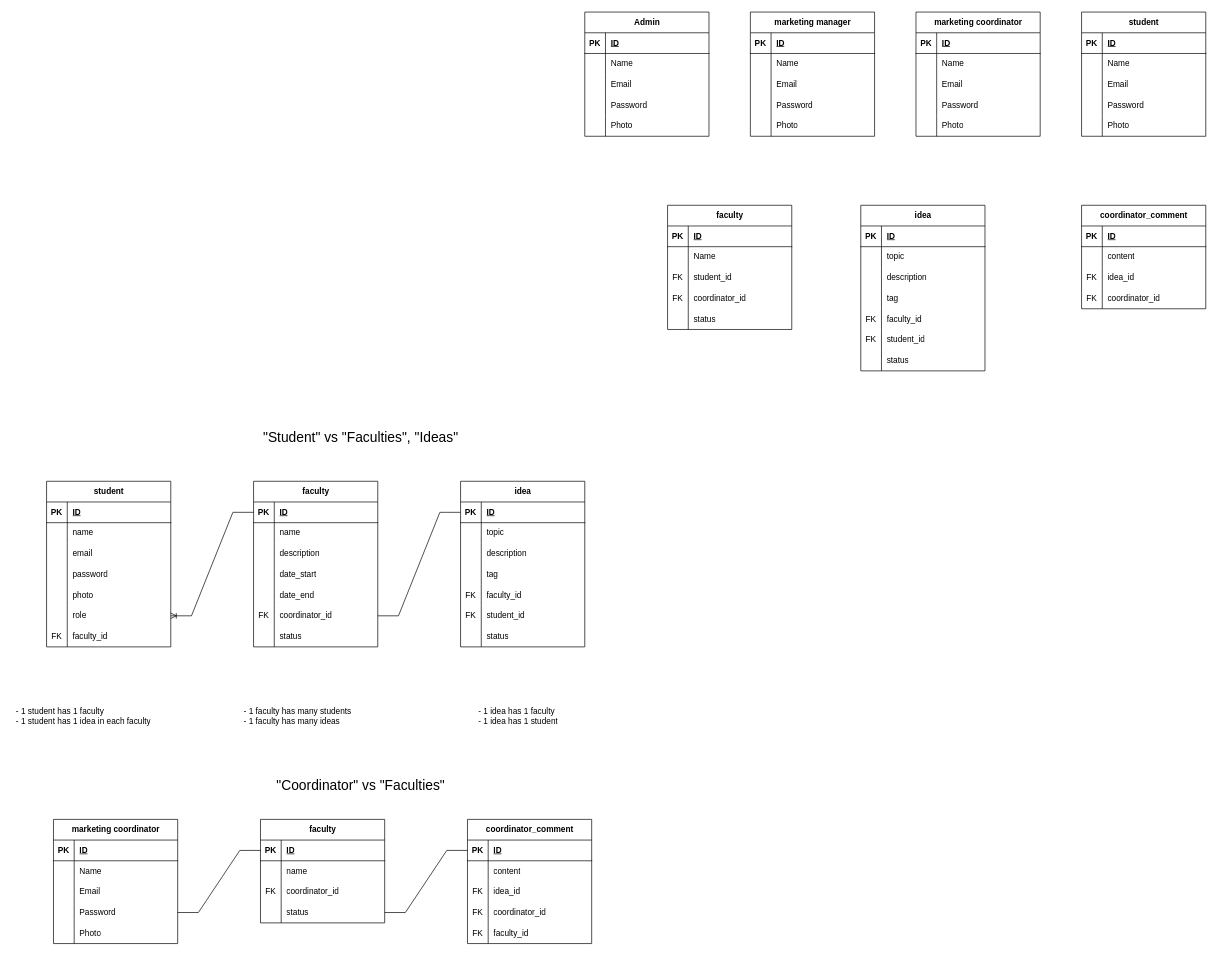
Earlier version of the draw.io diagram Database System Design diagram/ERD.drawio (HungBuii/creative_ideas_project_1). Source tidied: cells renumbered, new cells numbered last; positions are measured from the earlier drawing's top-left corner, leaving out a move shared by most shapes. Both pictures are drawn from the tidied source at 69%, with x=0, y=0 at pixel (12, 12).
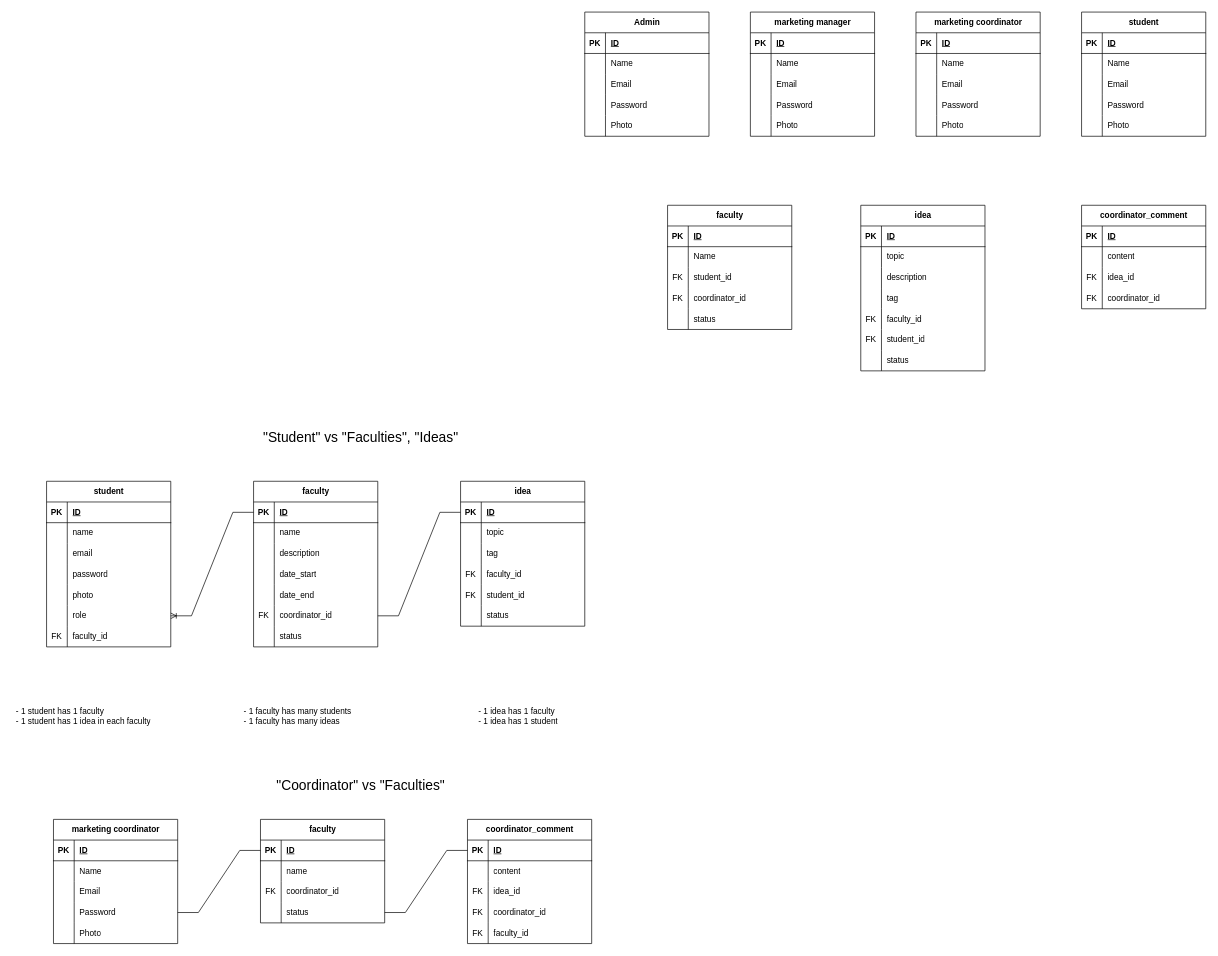
The same diagram, later.

What changed in the source:
```diff
@@
     <mxCell id="127" value="idea" style="shape=table;startSize=30;childLayout=tableLayout;rowLines=0;fontStyle=1;align=center;html=1;" parent="1" vertex="1">
-      <mxGeometry x="650" y="680" width="180" height="240" as="geometry" />
+      <mxGeometry x="650" y="680" width="180" height="210" as="geometry" />
     </mxCell>
@@
-    <mxCell id="134" style="shape=tableRow;horizontal=0;startSize=0;swimlaneHead=0;swimlaneBody=0;fillColor=none;top=0;left=0;right=0;bottom=0;" parent="127" vertex="1">
-      <mxGeometry y="90" width="180" height="30" as="geometry" />
-    </mxCell>
-    <mxCell id="135" style="shape=partialRectangle;fillColor=none;top=0;left=0;bottom=0;right=0;overflow=hidden;whiteSpace=wrap;html=1;" parent="134" vertex="1">
-      <mxGeometry width="30" height="30" as="geometry" />
-    </mxCell>
-    <mxCell id="136" value="description" style="shape=partialRectangle;fillColor=none;top=0;left=0;bottom=0;right=0;align=left;spacingLeft=6;overflow=hidden;whiteSpace=wrap;html=1;" parent="134" vertex="1">
-      <mxGeometry x="30" width="150" height="30" as="geometry" />
-    </mxCell>
     <mxCell id="137" style="shape=tableRow;horizontal=0;startSize=0;swimlaneHead=0;swimlaneBody=0;fillColor=none;top=0;left=0;right=0;bottom=0;" parent="127" vertex="1">
-      <mxGeometry y="120" width="180" height="30" as="geometry" />
+      <mxGeometry y="90" width="180" height="30" as="geometry" />
     </mxCell>
@@
     <mxCell id="140" style="shape=tableRow;horizontal=0;startSize=0;swimlaneHead=0;swimlaneBody=0;fillColor=none;top=0;left=0;right=0;bottom=0;" parent="127" vertex="1">
-      <mxGeometry y="150" width="180" height="30" as="geometry" />
+      <mxGeometry y="120" width="180" height="30" as="geometry" />
     </mxCell>
@@
     <mxCell id="143" style="shape=tableRow;horizontal=0;startSize=0;swimlaneHead=0;swimlaneBody=0;fillColor=none;top=0;left=0;right=0;bottom=0;" parent="127" vertex="1">
-      <mxGeometry y="180" width="180" height="30" as="geometry" />
+      <mxGeometry y="150" width="180" height="30" as="geometry" />
     </mxCell>
@@
     <mxCell id="146" style="shape=tableRow;horizontal=0;startSize=0;swimlaneHead=0;swimlaneBody=0;fillColor=none;top=0;left=0;right=0;bottom=0;" parent="127" vertex="1">
-      <mxGeometry y="210" width="180" height="30" as="geometry" />
+      <mxGeometry y="180" width="180" height="30" as="geometry" />
     </mxCell>
```
